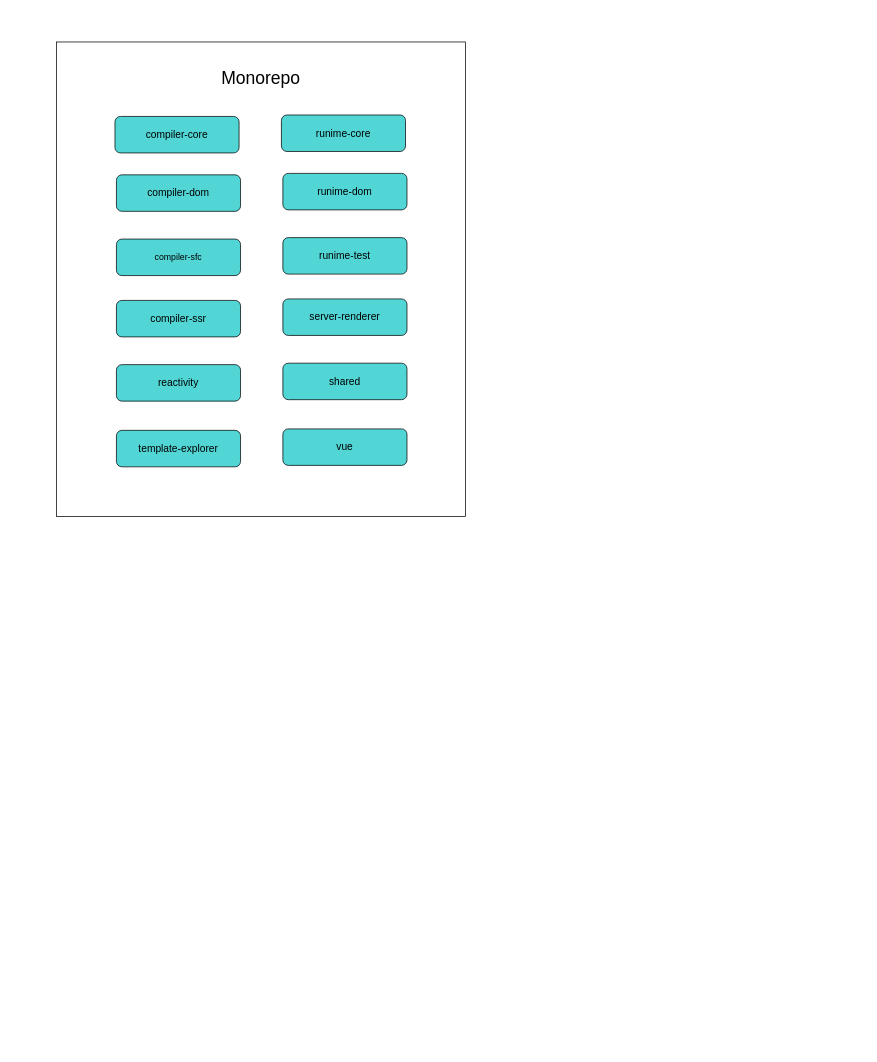
WJCHumble/graph-asserts keeps this draw.io diagram as babel.drawio. Above is the earlier version. Source tidied: cells renumbered, new cells numbered last; positions are measured from the earlier drawing's top-left corner, leaving out a move shared by most shapes. Both pictures are drawn from the tidied source at 73%, with x=0, y=0 at pixel (56, 42).
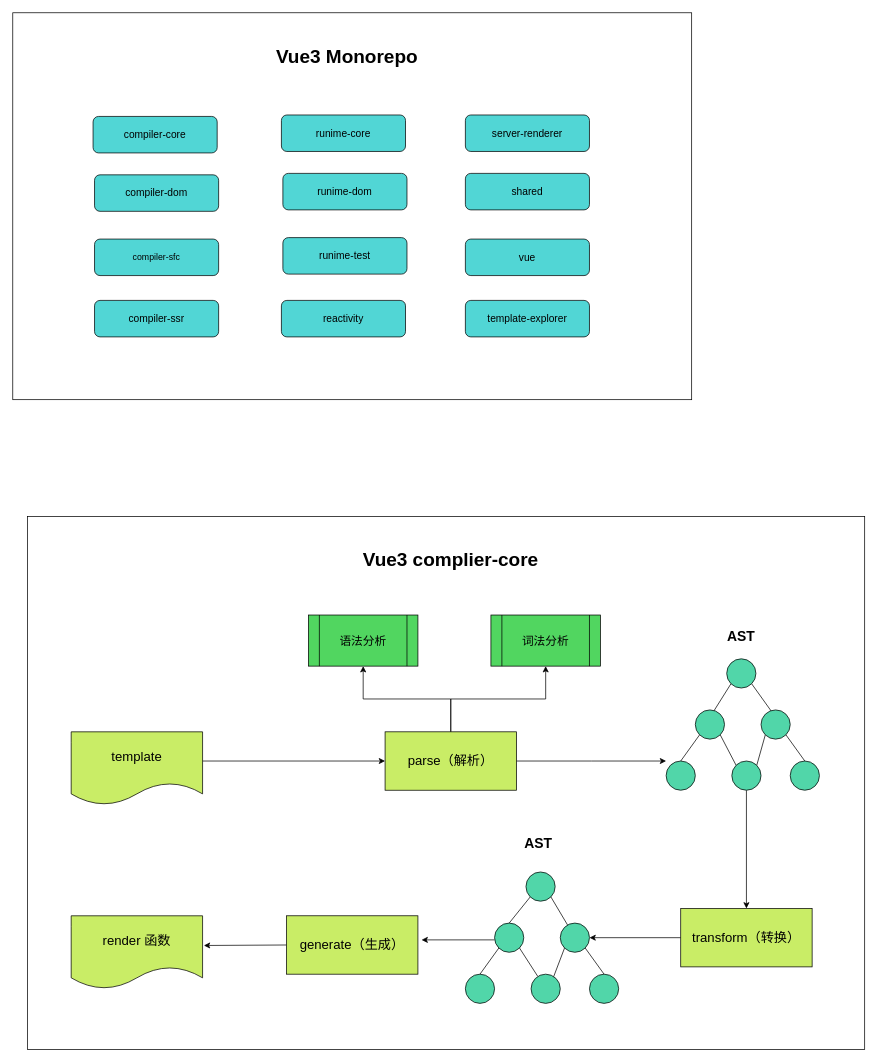
Above is the later version.

What changed in the source:
```diff
@@
     <mxCell id="2" style="rounded=0;whiteSpace=wrap;html=1;" parent="1" vertex="1">
-      <mxGeometry width="560" height="650" as="geometry" />
+      <mxGeometry x="-60" y="-40" width="930" height="530" as="geometry" />
     </mxCell>
     <mxCell id="3" value="&lt;font style=&quot;font-size: 14px&quot;&gt;compiler-core&lt;/font&gt;" style="rounded=1;whiteSpace=wrap;html=1;fillColor=#51D6D5;" parent="1" vertex="1">
-      <mxGeometry x="80" y="102" width="170" height="50" as="geometry" />
+      <mxGeometry x="50" y="102" width="170" height="50" as="geometry" />
     </mxCell>
     <mxCell id="4" value="&lt;font style=&quot;font-size: 14px&quot;&gt;compiler-dom&lt;/font&gt;" style="rounded=1;whiteSpace=wrap;html=1;fillColor=#51D6D5;" parent="1" vertex="1">
-      <mxGeometry x="82" y="182" width="170" height="50" as="geometry" />
+      <mxGeometry x="52" y="182" width="170" height="50" as="geometry" />
     </mxCell>
     <mxCell id="5" value="compiler-sfc" style="rounded=1;whiteSpace=wrap;html=1;fillColor=#51D6D5;" parent="1" vertex="1">
-      <mxGeometry x="82" y="270" width="170" height="50" as="geometry" />
+      <mxGeometry x="52" y="270" width="170" height="50" as="geometry" />
     </mxCell>
     <mxCell id="6" value="&lt;font style=&quot;font-size: 14px&quot;&gt;compiler-ssr&lt;/font&gt;" style="rounded=1;whiteSpace=wrap;html=1;fillColor=#51D6D5;" parent="1" vertex="1">
-      <mxGeometry x="82" y="354" width="170" height="50" as="geometry" />
+      <mxGeometry x="52" y="354" width="170" height="50" as="geometry" />
     </mxCell>
     <mxCell id="7" value="&lt;font style=&quot;font-size: 14px&quot;&gt;reactivity&lt;/font&gt;" style="rounded=1;whiteSpace=wrap;html=1;fillColor=#51D6D5;" parent="1" vertex="1">
-      <mxGeometry x="82" y="442" width="170" height="50" as="geometry" />
+      <mxGeometry x="308" y="354" width="170" height="50" as="geometry" />
     </mxCell>
@@
     <mxCell id="11" value="&lt;font style=&quot;font-size: 14px&quot;&gt;server-renderer&lt;/font&gt;" style="rounded=1;whiteSpace=wrap;html=1;fillColor=#51D6D5;" parent="1" vertex="1">
-      <mxGeometry x="310" y="352" width="170" height="50" as="geometry" />
+      <mxGeometry x="560" y="100" width="170" height="50" as="geometry" />
     </mxCell>
     <mxCell id="12" value="&lt;font style=&quot;font-size: 14px&quot;&gt;shared&lt;/font&gt;" style="rounded=1;whiteSpace=wrap;html=1;fillColor=#51D6D5;" parent="1" vertex="1">
-      <mxGeometry x="310" y="440" width="170" height="50" as="geometry" />
+      <mxGeometry x="560" y="180" width="170" height="50" as="geometry" />
     </mxCell>
     <mxCell id="13" value="&lt;font style=&quot;font-size: 14px&quot;&gt;template-explorer&lt;/font&gt;" style="rounded=1;whiteSpace=wrap;html=1;fillColor=#51D6D5;" parent="1" vertex="1">
-      <mxGeometry x="82" y="532" width="170" height="50" as="geometry" />
+      <mxGeometry x="560" y="354" width="170" height="50" as="geometry" />
     </mxCell>
     <mxCell id="14" value="&lt;font style=&quot;font-size: 14px&quot;&gt;vue&lt;/font&gt;" style="rounded=1;whiteSpace=wrap;html=1;fillColor=#51D6D5;" parent="1" vertex="1">
-      <mxGeometry x="310" y="530" width="170" height="50" as="geometry" />
+      <mxGeometry x="560" y="270" width="170" height="50" as="geometry" />
     </mxCell>
-    <mxCell id="15" value="&lt;font style=&quot;font-size: 24px&quot;&gt;Monorepo&lt;/font&gt;" style="text;html=1;strokeColor=none;fillColor=none;align=center;verticalAlign=middle;whiteSpace=wrap;rounded=0;" parent="1" vertex="1">
-      <mxGeometry x="241" y="40" width="78" height="20" as="geometry" />
+    <mxCell id="15" value="&lt;font style=&quot;font-size: 26px&quot;&gt;&lt;b&gt;Vue3 Monorepo&lt;/b&gt;&lt;/font&gt;" style="text;html=1;strokeColor=none;fillColor=none;align=center;verticalAlign=middle;whiteSpace=wrap;rounded=0;" parent="1" vertex="1">
+      <mxGeometry x="266" y="10" width="264" height="20" as="geometry" />
     </mxCell>
+    <mxCell id="16" style="rounded=0;whiteSpace=wrap;html=1;fillColor=#FFFFFF;" parent="1" vertex="1">
+      <mxGeometry x="-40" y="650" width="1147" height="730" as="geometry" />
+    </mxCell>
+    <mxCell id="17" style="edgeStyle=none;rounded=0;jettySize=auto;html=1;endArrow=classic;endFill=1;entryX=0;entryY=0.5;entryDx=0;entryDy=0;" parent="1" edge="1" target="22">
+      <mxGeometry relative="1" as="geometry">
+        <mxPoint x="200" y="985" as="sourcePoint" />
+      </mxGeometry>
+    </mxCell>
+    <mxCell id="18" value="&lt;font style=&quot;font-size: 18px&quot;&gt;template&lt;/font&gt;" style="shape=document;whiteSpace=wrap;html=1;boundedLbl=1;fillColor=#C9ED66;" parent="1" vertex="1">
+      <mxGeometry x="20" y="945" width="180" height="100" as="geometry" />
+    </mxCell>
+    <mxCell id="19" style="edgeStyle=orthogonalEdgeStyle;rounded=0;jettySize=auto;html=1;exitX=0.5;exitY=0;exitDx=0;exitDy=0;entryX=0.5;entryY=1;entryDx=0;entryDy=0;" parent="1" edge="1" source="22" target="23">
+      <mxGeometry relative="1" as="geometry" />
+    </mxCell>
+    <mxCell id="20" style="edgeStyle=orthogonalEdgeStyle;rounded=0;jettySize=auto;html=1;exitX=0.5;exitY=0;exitDx=0;exitDy=0;entryX=0.5;entryY=1;entryDx=0;entryDy=0;" parent="1" edge="1" source="22" target="24">
+      <mxGeometry relative="1" as="geometry" />
+    </mxCell>
+    <mxCell id="21" style="edgeStyle=orthogonalEdgeStyle;rounded=0;jettySize=auto;html=1;exitX=1;exitY=0.5;exitDx=0;exitDy=0;" parent="1" edge="1" source="22">
+      <mxGeometry relative="1" as="geometry">
+        <mxPoint x="835" y="985" as="targetPoint" />
+      </mxGeometry>
+    </mxCell>
+    <mxCell id="22" value="&lt;span style=&quot;font-size: 18px&quot;&gt;parse（解析）&lt;/span&gt;" style="rounded=0;whiteSpace=wrap;html=1;fillColor=#C9ED66;" parent="1" vertex="1">
+      <mxGeometry x="450" y="945" width="180" height="80" as="geometry" />
+    </mxCell>
+    <mxCell id="23" value="&lt;font style=&quot;font-size: 16px&quot;&gt;语法分析&lt;/font&gt;" style="shape=process;whiteSpace=wrap;html=1;backgroundOutline=1;fillColor=#51D660;" parent="1" vertex="1">
+      <mxGeometry x="345" y="785" width="150" height="70" as="geometry" />
+    </mxCell>
+    <mxCell id="24" value="&lt;font style=&quot;font-size: 16px&quot;&gt;词法分析&lt;/font&gt;" style="shape=process;whiteSpace=wrap;html=1;backgroundOutline=1;fillColor=#51D660;" parent="1" vertex="1">
+      <mxGeometry x="595" y="785" width="150" height="70" as="geometry" />
+    </mxCell>
+    <mxCell id="25" style="edgeStyle=none;rounded=0;jettySize=auto;html=1;exitX=0;exitY=1;exitDx=0;exitDy=0;endArrow=none;endFill=0;" parent="1" edge="1" source="27">
+      <mxGeometry relative="1" as="geometry">
+        <mxPoint x="895" y="925" as="targetPoint" />
+      </mxGeometry>
+    </mxCell>
+    <mxCell id="26" style="edgeStyle=none;rounded=0;jettySize=auto;html=1;exitX=1;exitY=1;exitDx=0;exitDy=0;endArrow=none;endFill=0;" parent="1" edge="1" source="27">
+      <mxGeometry relative="1" as="geometry">
+        <mxPoint x="985" y="925" as="targetPoint" />
+      </mxGeometry>
+    </mxCell>
+    <mxCell id="27" style="ellipse;whiteSpace=wrap;html=1;fillColor=#51D6A9;" parent="1" vertex="1">
+      <mxGeometry x="918" y="845" width="40" height="40" as="geometry" />
+    </mxCell>
+    <mxCell id="28" style="edgeStyle=none;rounded=0;jettySize=auto;html=1;exitX=0;exitY=1;exitDx=0;exitDy=0;entryX=0.5;entryY=0;entryDx=0;entryDy=0;endArrow=none;endFill=0;" parent="1" edge="1" source="30" target="34">
+      <mxGeometry relative="1" as="geometry" />
+    </mxCell>
+    <mxCell id="29" style="edgeStyle=none;rounded=0;jettySize=auto;html=1;exitX=1;exitY=1;exitDx=0;exitDy=0;entryX=0;entryY=0;entryDx=0;entryDy=0;endArrow=none;endFill=0;" parent="1" edge="1" source="30" target="36">
+      <mxGeometry relative="1" as="geometry" />
+    </mxCell>
+    <mxCell id="30" style="ellipse;whiteSpace=wrap;html=1;fillColor=#51D6A9;" parent="1" vertex="1">
+      <mxGeometry x="875" y="915" width="40" height="40" as="geometry" />
+    </mxCell>
+    <mxCell id="31" style="edgeStyle=none;rounded=0;jettySize=auto;html=1;exitX=1;exitY=1;exitDx=0;exitDy=0;entryX=0.5;entryY=0;entryDx=0;entryDy=0;endArrow=none;endFill=0;" parent="1" edge="1" source="33" target="37">
+      <mxGeometry relative="1" as="geometry" />
+    </mxCell>
+    <mxCell id="32" style="edgeStyle=none;rounded=0;jettySize=auto;html=1;exitX=0;exitY=1;exitDx=0;exitDy=0;entryX=1;entryY=0;entryDx=0;entryDy=0;endArrow=none;endFill=0;" parent="1" edge="1" source="33" target="36">
+      <mxGeometry relative="1" as="geometry" />
+    </mxCell>
+    <mxCell id="33" style="ellipse;whiteSpace=wrap;html=1;fillColor=#51D6A9;" parent="1" vertex="1">
+      <mxGeometry x="965" y="915" width="40" height="40" as="geometry" />
+    </mxCell>
+    <mxCell id="34" style="ellipse;whiteSpace=wrap;html=1;fillColor=#51D6A9;" parent="1" vertex="1">
+      <mxGeometry x="835" y="985" width="40" height="40" as="geometry" />
+    </mxCell>
+    <mxCell id="35" style="edgeStyle=orthogonalEdgeStyle;rounded=0;jettySize=auto;html=1;exitX=0.5;exitY=1;exitDx=0;exitDy=0;" parent="1" edge="1" source="36" target="52">
+      <mxGeometry relative="1" as="geometry" />
+    </mxCell>
+    <mxCell id="36" style="ellipse;whiteSpace=wrap;html=1;fillColor=#51D6A9;" parent="1" vertex="1">
+      <mxGeometry x="925" y="985" width="40" height="40" as="geometry" />
+    </mxCell>
+    <mxCell id="37" style="ellipse;whiteSpace=wrap;html=1;fillColor=#51D6A9;" parent="1" vertex="1">
+      <mxGeometry x="1005" y="985" width="40" height="40" as="geometry" />
+    </mxCell>
+    <mxCell id="38" style="edgeStyle=none;rounded=0;jettySize=auto;html=1;exitX=1;exitY=1;exitDx=0;exitDy=0;endArrow=none;endFill=0;" parent="1" edge="1" source="40">
+      <mxGeometry relative="1" as="geometry">
+        <mxPoint x="702" y="1213" as="targetPoint" />
+      </mxGeometry>
+    </mxCell>
+    <mxCell id="39" style="edgeStyle=none;rounded=0;jettySize=auto;html=1;exitX=0;exitY=1;exitDx=0;exitDy=0;entryX=0.5;entryY=0;entryDx=0;entryDy=0;endArrow=none;endFill=0;" parent="1" edge="1" source="40" target="44">
+      <mxGeometry relative="1" as="geometry" />
+    </mxCell>
+    <mxCell id="40" style="ellipse;whiteSpace=wrap;html=1;fillColor=#51D6A9;" parent="1" vertex="1">
+      <mxGeometry x="643" y="1137" width="40" height="40" as="geometry" />
+    </mxCell>
+    <mxCell id="41" style="edgeStyle=none;rounded=0;jettySize=auto;html=1;exitX=0;exitY=1;exitDx=0;exitDy=0;entryX=0.5;entryY=0;entryDx=0;entryDy=0;endArrow=none;endFill=0;" parent="1" edge="1" source="44" target="48">
+      <mxGeometry relative="1" as="geometry" />
+    </mxCell>
+    <mxCell id="42" style="edgeStyle=none;rounded=0;jettySize=auto;html=1;exitX=1;exitY=1;exitDx=0;exitDy=0;endArrow=none;endFill=0;" parent="1" edge="1" source="44" target="49">
+      <mxGeometry relative="1" as="geometry" />
+    </mxCell>
+    <mxCell id="43" style="edgeStyle=none;rounded=0;orthogonalLoop=1;jettySize=auto;html=1;endArrow=classic;endFill=1;" parent="1" edge="1">
+      <mxGeometry relative="1" as="geometry">
+        <mxPoint x="600" y="1230" as="sourcePoint" />
+        <mxPoint x="500" y="1230" as="targetPoint" />
+      </mxGeometry>
+    </mxCell>
+    <mxCell id="44" style="ellipse;whiteSpace=wrap;html=1;fillColor=#51D6A9;" parent="1" vertex="1">
+      <mxGeometry x="600" y="1207" width="40" height="40" as="geometry" />
+    </mxCell>
+    <mxCell id="45" style="edgeStyle=none;rounded=0;jettySize=auto;html=1;exitX=0;exitY=1;exitDx=0;exitDy=0;endArrow=none;endFill=0;entryX=0.75;entryY=0.146;entryDx=0;entryDy=0;entryPerimeter=0;" parent="1" edge="1" source="47" target="49">
+      <mxGeometry relative="1" as="geometry" />
+    </mxCell>
+    <mxCell id="46" style="edgeStyle=none;rounded=0;jettySize=auto;html=1;exitX=1;exitY=1;exitDx=0;exitDy=0;entryX=0.5;entryY=0;entryDx=0;entryDy=0;endArrow=none;endFill=0;" parent="1" edge="1" source="47" target="50">
+      <mxGeometry relative="1" as="geometry" />
+    </mxCell>
+    <mxCell id="47" style="ellipse;whiteSpace=wrap;html=1;fillColor=#51D6A9;" parent="1" vertex="1">
+      <mxGeometry x="690" y="1207" width="40" height="40" as="geometry" />
+    </mxCell>
+    <mxCell id="48" style="ellipse;whiteSpace=wrap;html=1;fillColor=#51D6A9;" parent="1" vertex="1">
+      <mxGeometry x="560" y="1277" width="40" height="40" as="geometry" />
+    </mxCell>
+    <mxCell id="49" style="ellipse;whiteSpace=wrap;html=1;fillColor=#51D6A9;" parent="1" vertex="1">
+      <mxGeometry x="650" y="1277" width="40" height="40" as="geometry" />
+    </mxCell>
+    <mxCell id="50" style="ellipse;whiteSpace=wrap;html=1;fillColor=#51D6A9;" parent="1" vertex="1">
+      <mxGeometry x="730" y="1277" width="40" height="40" as="geometry" />
+    </mxCell>
+    <mxCell id="51" style="edgeStyle=none;rounded=0;jettySize=auto;html=1;exitX=0;exitY=0.5;exitDx=0;exitDy=0;endArrow=classic;endFill=1;entryX=1;entryY=0.5;entryDx=0;entryDy=0;" parent="1" edge="1" source="52" target="47">
+      <mxGeometry relative="1" as="geometry" />
+    </mxCell>
+    <mxCell id="52" value="&lt;span style=&quot;font-size: 18px&quot;&gt;transform（转换）&lt;/span&gt;" style="rounded=0;whiteSpace=wrap;html=1;fillColor=#C9ED66;" parent="1" vertex="1">
+      <mxGeometry x="855" y="1187" width="180" height="80" as="geometry" />
+    </mxCell>
+    <mxCell id="53" value="&lt;font style=&quot;font-size: 19px&quot;&gt;&lt;b&gt;AST&lt;/b&gt;&lt;/font&gt;" style="text;html=1;strokeColor=none;fillColor=none;align=center;verticalAlign=middle;whiteSpace=wrap;rounded=0;" parent="1" vertex="1">
+      <mxGeometry x="918" y="805" width="40" height="20" as="geometry" />
+    </mxCell>
+    <mxCell id="54" value="&lt;font style=&quot;font-size: 19px&quot;&gt;&lt;b&gt;AST&lt;/b&gt;&lt;/font&gt;" style="text;html=1;strokeColor=none;fillColor=none;align=center;verticalAlign=middle;whiteSpace=wrap;rounded=0;" parent="1" vertex="1">
+      <mxGeometry x="640" y="1089" width="40" height="20" as="geometry" />
+    </mxCell>
+    <mxCell id="55" value="&lt;font style=&quot;font-size: 18px&quot;&gt;render 函数&lt;/font&gt;" style="shape=document;whiteSpace=wrap;html=1;boundedLbl=1;fillColor=#C9ED66;" parent="1" vertex="1">
+      <mxGeometry x="20" y="1197" width="180" height="100" as="geometry" />
+    </mxCell>
+    <mxCell id="56" style="edgeStyle=none;rounded=0;jettySize=auto;html=1;exitX=0;exitY=0.5;exitDx=0;exitDy=0;entryX=1.01;entryY=0.407;entryDx=0;entryDy=0;entryPerimeter=0;endArrow=classic;endFill=1;" parent="1" edge="1" source="57" target="55">
+      <mxGeometry relative="1" as="geometry" />
+    </mxCell>
+    <mxCell id="57" value="&lt;font style=&quot;font-size: 18px&quot;&gt;generate（生成）&lt;/font&gt;" style="rounded=0;whiteSpace=wrap;html=1;fillColor=#C9ED66;" parent="1" vertex="1">
+      <mxGeometry x="315" y="1197" width="180" height="80" as="geometry" />
+    </mxCell>
+    <mxCell id="58" value="&lt;font style=&quot;font-size: 26px&quot;&gt;&lt;b&gt;Vue3 complier-core&lt;/b&gt;&lt;/font&gt;" style="text;html=1;strokeColor=none;fillColor=none;align=center;verticalAlign=middle;whiteSpace=wrap;rounded=0;" parent="1" vertex="1">
+      <mxGeometry x="408" y="700" width="264" height="20" as="geometry" />
+    </mxCell>
```
